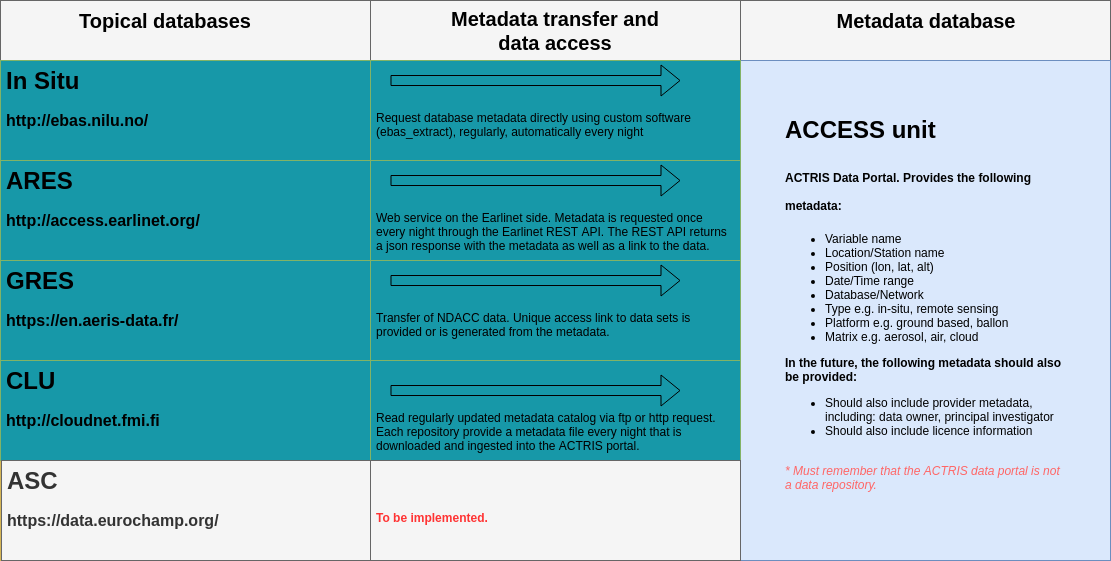
This is DMP/img/section4/overview_of_topical_databases.png from actris/data-management-plan, a draw.io export, as it was before one commit. Source tidied: cells renumbered, new cells last; positions are measured from the earlier drawing's top-left corner, leaving out a move shared by most shapes.
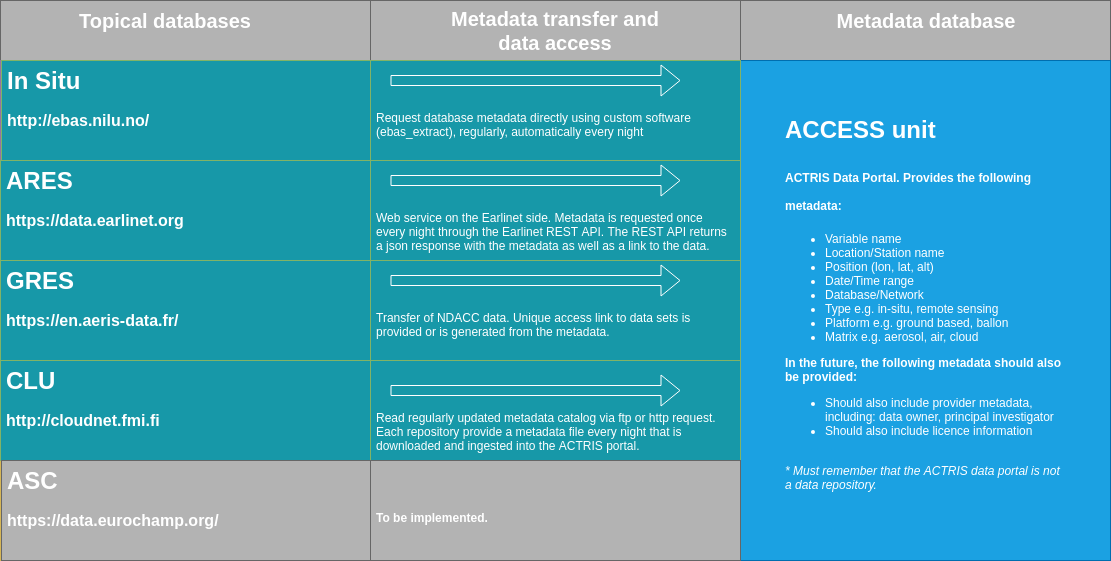
After the change.

Commit message:
UPDATE figure - overview of topical databases

Change to the diagram source:
```diff
@@ -2,109 +2,109 @@
   <root>
     <mxCell id="0" />
     <mxCell id="1" parent="0" />
-    <mxCell id="2" style="rounded=0;whiteSpace=wrap;html=1;fillColor=#f5f5f5;strokeColor=#666666;fontColor=#333333;fontFamily=Helvetica;" parent="1" vertex="1">
+    <mxCell id="2" style="rounded=0;whiteSpace=wrap;html=1;fillColor=#B3B3B3;strokeColor=#666666;fontColor=#FFFFFF;fontFamily=Helvetica;" parent="1" vertex="1">
       <mxGeometry width="370" height="560" as="geometry" />
     </mxCell>
-    <mxCell id="3" style="rounded=0;whiteSpace=wrap;html=1;fillColor=#f5f5f5;strokeColor=#666666;fontColor=#333333;fontFamily=Helvetica;" parent="1" vertex="1">
+    <mxCell id="3" style="rounded=0;whiteSpace=wrap;html=1;fillColor=#B3B3B3;strokeColor=#666666;fontColor=#FFFFFF;fontFamily=Helvetica;" parent="1" vertex="1">
       <mxGeometry x="370" width="370" height="560" as="geometry" />
     </mxCell>
-    <mxCell id="4" style="rounded=0;whiteSpace=wrap;html=1;fillColor=#f5f5f5;strokeColor=#666666;fontColor=#333333;fontFamily=Helvetica;" parent="1" vertex="1">
+    <mxCell id="4" style="rounded=0;whiteSpace=wrap;html=1;fillColor=#B3B3B3;strokeColor=#666666;fontColor=#FFFFFF;fontFamily=Helvetica;" parent="1" vertex="1">
       <mxGeometry x="740" width="370" height="560" as="geometry" />
     </mxCell>
-    <mxCell id="5" value="&lt;font style=&quot;font-size: 20px&quot;&gt;Topical databases&lt;/font&gt;" style="text;html=1;strokeColor=none;fillColor=none;align=center;verticalAlign=middle;whiteSpace=wrap;rounded=0;strokeWidth=1;fontStyle=1;fontFamily=Helvetica;" parent="1" vertex="1">
+    <mxCell id="5" value="&lt;font style=&quot;font-size: 20px&quot;&gt;Topical databases&lt;/font&gt;" style="text;html=1;strokeColor=none;fillColor=none;align=center;verticalAlign=middle;whiteSpace=wrap;rounded=0;strokeWidth=1;fontStyle=1;fontFamily=Helvetica;fontColor=#FFFFFF;" parent="1" vertex="1">
       <mxGeometry x="50" y="10" width="230" height="20" as="geometry" />
     </mxCell>
-    <mxCell id="6" value="&lt;font style=&quot;font-size: 20px&quot;&gt;Metadata transfer and data access&lt;/font&gt;" style="text;html=1;strokeColor=none;fillColor=none;align=center;verticalAlign=middle;whiteSpace=wrap;rounded=0;fontStyle=1;fontFamily=Helvetica;" parent="1" vertex="1">
+    <mxCell id="6" value="&lt;font style=&quot;font-size: 20px&quot;&gt;Metadata transfer and data access&lt;/font&gt;" style="text;html=1;strokeColor=none;fillColor=none;align=center;verticalAlign=middle;whiteSpace=wrap;rounded=0;fontStyle=1;fontFamily=Helvetica;fontColor=#FFFFFF;" parent="1" vertex="1">
       <mxGeometry x="440" y="20" width="230" height="20" as="geometry" />
     </mxCell>
-    <mxCell id="7" value="&lt;font style=&quot;font-size: 20px&quot;&gt;Metadata database&lt;/font&gt;" style="text;html=1;strokeColor=none;fillColor=none;align=center;verticalAlign=middle;whiteSpace=wrap;rounded=0;fontStyle=1;fontFamily=Helvetica;" parent="1" vertex="1">
+    <mxCell id="7" value="&lt;font style=&quot;font-size: 20px&quot;&gt;Metadata database&lt;/font&gt;" style="text;html=1;strokeColor=none;fillColor=none;align=center;verticalAlign=middle;whiteSpace=wrap;rounded=0;fontStyle=1;fontFamily=Helvetica;fontColor=#FFFFFF;" parent="1" vertex="1">
       <mxGeometry x="810" y="10" width="230" height="20" as="geometry" />
     </mxCell>
-    <mxCell id="8" style="rounded=0;whiteSpace=wrap;html=1;strokeWidth=1;fillColor=#e1d5e7;strokeColor=#9673a6;fontFamily=Helvetica;" parent="1" vertex="1">
+    <mxCell id="8" style="rounded=0;whiteSpace=wrap;html=1;strokeWidth=1;fillColor=#e1d5e7;strokeColor=#9673a6;fontFamily=Helvetica;fontColor=#FFFFFF;" parent="1" vertex="1">
       <mxGeometry y="60" width="370" height="100" as="geometry" />
     </mxCell>
-    <mxCell id="9" style="rounded=0;whiteSpace=wrap;html=1;strokeWidth=1;fillColor=#dae8fc;strokeColor=#6c8ebf;fontFamily=Helvetica;" parent="1" vertex="1">
+    <mxCell id="9" style="rounded=0;whiteSpace=wrap;html=1;strokeWidth=1;fillColor=#dae8fc;strokeColor=#6c8ebf;fontFamily=Helvetica;fontColor=#FFFFFF;" parent="1" vertex="1">
       <mxGeometry y="160" width="370" height="100" as="geometry" />
     </mxCell>
-    <mxCell id="10" style="rounded=0;whiteSpace=wrap;html=1;strokeWidth=1;fillColor=#d5e8d4;strokeColor=#82b366;fontFamily=Helvetica;" parent="1" vertex="1">
+    <mxCell id="10" style="rounded=0;whiteSpace=wrap;html=1;strokeWidth=1;fillColor=#d5e8d4;strokeColor=#82b366;fontFamily=Helvetica;fontColor=#FFFFFF;" parent="1" vertex="1">
       <mxGeometry y="260" width="370" height="100" as="geometry" />
     </mxCell>
-    <mxCell id="11" style="rounded=0;whiteSpace=wrap;html=1;strokeWidth=1;fillColor=#fff2cc;strokeColor=#d6b656;fontFamily=Helvetica;" parent="1" vertex="1">
+    <mxCell id="11" style="rounded=0;whiteSpace=wrap;html=1;strokeWidth=1;fillColor=#fff2cc;strokeColor=#d6b656;fontFamily=Helvetica;fontColor=#FFFFFF;" parent="1" vertex="1">
       <mxGeometry y="460" width="370" height="100" as="geometry" />
     </mxCell>
-    <mxCell id="12" style="rounded=0;whiteSpace=wrap;html=1;strokeWidth=1;fillColor=#ffe6cc;strokeColor=#d79b00;fontFamily=Helvetica;" parent="1" vertex="1">
+    <mxCell id="12" style="rounded=0;whiteSpace=wrap;html=1;strokeWidth=1;fillColor=#ffe6cc;strokeColor=#d79b00;fontFamily=Helvetica;fontColor=#FFFFFF;" parent="1" vertex="1">
       <mxGeometry y="360" width="370" height="100" as="geometry" />
     </mxCell>
-    <mxCell id="13" style="rounded=0;whiteSpace=wrap;html=1;strokeWidth=1;fillColor=#e1d5e7;strokeColor=#9673a6;fontFamily=Helvetica;" parent="1" vertex="1">
+    <mxCell id="13" style="rounded=0;whiteSpace=wrap;html=1;strokeWidth=1;fillColor=#e1d5e7;strokeColor=#9673a6;fontFamily=Helvetica;fontColor=#FFFFFF;" parent="1" vertex="1">
       <mxGeometry x="370" y="60" width="370" height="100" as="geometry" />
     </mxCell>
-    <mxCell id="14" style="rounded=0;whiteSpace=wrap;html=1;strokeWidth=1;fillColor=#dae8fc;strokeColor=#6c8ebf;fontFamily=Helvetica;" parent="1" vertex="1">
+    <mxCell id="14" style="rounded=0;whiteSpace=wrap;html=1;strokeWidth=1;fillColor=#1ba1e2;strokeColor=#006EAF;fontFamily=Helvetica;fontColor=#ffffff;" parent="1" vertex="1">
       <mxGeometry x="740" y="60" width="370" height="500" as="geometry" />
     </mxCell>
-    <mxCell id="15" style="rounded=0;whiteSpace=wrap;html=1;strokeWidth=1;fillColor=#dae8fc;strokeColor=#6c8ebf;fontFamily=Helvetica;" parent="1" vertex="1">
+    <mxCell id="15" style="rounded=0;whiteSpace=wrap;html=1;strokeWidth=1;fillColor=#dae8fc;strokeColor=#6c8ebf;fontFamily=Helvetica;fontColor=#FFFFFF;" parent="1" vertex="1">
       <mxGeometry x="370" y="160" width="370" height="100" as="geometry" />
     </mxCell>
-    <mxCell id="16" style="rounded=0;whiteSpace=wrap;html=1;strokeWidth=1;fillColor=#d5e8d4;strokeColor=#82b366;fontFamily=Helvetica;" parent="1" vertex="1">
+    <mxCell id="16" style="rounded=0;whiteSpace=wrap;html=1;strokeWidth=1;fillColor=#d5e8d4;strokeColor=#82b366;fontFamily=Helvetica;fontColor=#FFFFFF;" parent="1" vertex="1">
       <mxGeometry x="370" y="260" width="370" height="100" as="geometry" />
     </mxCell>
-    <mxCell id="17" style="rounded=0;whiteSpace=wrap;html=1;strokeWidth=1;fillColor=#ffe6cc;strokeColor=#d79b00;fontFamily=Helvetica;" parent="1" vertex="1">
+    <mxCell id="17" style="rounded=0;whiteSpace=wrap;html=1;strokeWidth=1;fillColor=#ffe6cc;strokeColor=#d79b00;fontFamily=Helvetica;fontColor=#FFFFFF;" parent="1" vertex="1">
       <mxGeometry x="370" y="360" width="370" height="100" as="geometry" />
     </mxCell>
-    <mxCell id="18" style="rounded=0;whiteSpace=wrap;html=1;strokeWidth=1;fillColor=#fff2cc;strokeColor=#d6b656;fontFamily=Helvetica;" parent="1" vertex="1">
+    <mxCell id="18" style="rounded=0;whiteSpace=wrap;html=1;strokeWidth=1;fillColor=#fff2cc;strokeColor=#d6b656;fontFamily=Helvetica;fontColor=#FFFFFF;" parent="1" vertex="1">
       <mxGeometry x="370" y="460" width="370" height="100" as="geometry" />
     </mxCell>
-    <mxCell id="19" value="&lt;h1&gt;&lt;b&gt;ACCESS unit&lt;/b&gt;&lt;/h1&gt;&lt;h1&gt;&lt;b style=&quot;font-size: 12px&quot;&gt;ACTRIS Data Portal. Provides the following metadata&lt;/b&gt;&lt;b style=&quot;font-size: 12px&quot;&gt;:&lt;/b&gt;&lt;/h1&gt;&lt;p&gt;&lt;/p&gt;&lt;ul&gt;&lt;li&gt;Variable name&lt;/li&gt;&lt;li&gt;Location/Station name&lt;/li&gt;&lt;li&gt;Position (lon, lat, alt)&lt;/li&gt;&lt;li&gt;Date/Time range&lt;/li&gt;&lt;li&gt;Database/Network&lt;/li&gt;&lt;li&gt;Type e.g. in-situ, remote sensing&lt;/li&gt;&lt;li&gt;Platform e.g. ground based, ballon&lt;/li&gt;&lt;li&gt;Matrix e.g. aerosol, air, cloud&lt;/li&gt;&lt;/ul&gt;&lt;div&gt;&lt;b&gt;In the future, the following metadata should also be provided:&lt;/b&gt;&lt;/div&gt;&lt;ul&gt;&lt;li&gt;Should also include provider metadata, including: data owner, principal investigator&lt;br&gt;&lt;/li&gt;&lt;li&gt;Should also include licence information&lt;/li&gt;&lt;/ul&gt;&lt;div&gt;&lt;font color=&quot;#ff6666&quot;&gt;&lt;br&gt;&lt;/font&gt;&lt;/div&gt;&lt;div&gt;&lt;font color=&quot;#ff6666&quot;&gt;&lt;i&gt;* Must remember that the ACTRIS data portal is not a data repository.&lt;/i&gt;&lt;/font&gt;&lt;/div&gt;&lt;p&gt;&lt;/p&gt;" style="text;html=1;strokeColor=none;fillColor=none;spacing=5;spacingTop=-20;whiteSpace=wrap;overflow=hidden;rounded=0;fontFamily=Helvetica;" parent="1" vertex="1">
+    <mxCell id="19" value="&lt;h1&gt;&lt;b&gt;ACCESS unit&lt;/b&gt;&lt;/h1&gt;&lt;h1&gt;&lt;b style=&quot;font-size: 12px&quot;&gt;ACTRIS Data Portal. Provides the following metadata&lt;/b&gt;&lt;b style=&quot;font-size: 12px&quot;&gt;:&lt;/b&gt;&lt;/h1&gt;&lt;p&gt;&lt;/p&gt;&lt;ul&gt;&lt;li&gt;Variable name&lt;/li&gt;&lt;li&gt;Location/Station name&lt;/li&gt;&lt;li&gt;Position (lon, lat, alt)&lt;/li&gt;&lt;li&gt;Date/Time range&lt;/li&gt;&lt;li&gt;Database/Network&lt;/li&gt;&lt;li&gt;Type e.g. in-situ, remote sensing&lt;/li&gt;&lt;li&gt;Platform e.g. ground based, ballon&lt;/li&gt;&lt;li&gt;Matrix e.g. aerosol, air, cloud&lt;/li&gt;&lt;/ul&gt;&lt;div&gt;&lt;b&gt;In the future, the following metadata should also be provided:&lt;/b&gt;&lt;/div&gt;&lt;ul&gt;&lt;li&gt;Should also include provider metadata, including: data owner, principal investigator&lt;br&gt;&lt;/li&gt;&lt;li&gt;Should also include licence information&lt;/li&gt;&lt;/ul&gt;&lt;div&gt;&lt;font&gt;&lt;br&gt;&lt;/font&gt;&lt;/div&gt;&lt;div&gt;&lt;font&gt;&lt;i&gt;* Must remember that the ACTRIS data portal is not a data repository.&lt;/i&gt;&lt;/font&gt;&lt;/div&gt;&lt;p&gt;&lt;/p&gt;" style="text;html=1;strokeColor=none;fillColor=none;spacing=5;spacingTop=-20;whiteSpace=wrap;overflow=hidden;rounded=0;fontFamily=Helvetica;fontColor=#FFFFFF;" parent="1" vertex="1">
       <mxGeometry x="780" y="110" width="290" height="390" as="geometry" />
     </mxCell>
-    <mxCell id="20" value="&lt;h1&gt;In Situ&lt;/h1&gt;&lt;p&gt;&lt;b&gt;&lt;font style=&quot;font-size: 16px&quot;&gt;http://ebas.nilu.no/&lt;/font&gt;&lt;/b&gt;&lt;/p&gt;" style="text;html=1;strokeColor=#82b366;fillColor=#1798a8;spacing=5;spacingTop=-20;whiteSpace=wrap;overflow=hidden;rounded=0;fontFamily=Helvetica;" parent="1" vertex="1">
-      <mxGeometry y="60" width="370" height="100" as="geometry" />
+    <mxCell id="20" value="&lt;h1&gt;In Situ&lt;/h1&gt;&lt;p&gt;&lt;b&gt;&lt;font style=&quot;font-size: 16px&quot;&gt;http://ebas.nilu.no/&lt;/font&gt;&lt;/b&gt;&lt;/p&gt;" style="text;html=1;strokeColor=#82b366;fillColor=#1798a8;spacing=5;spacingTop=-20;whiteSpace=wrap;overflow=hidden;rounded=0;fontFamily=Helvetica;fontColor=#FFFFFF;" parent="1" vertex="1">
+      <mxGeometry x="1" y="60" width="370" height="100" as="geometry" />
     </mxCell>
-    <mxCell id="21" value="&lt;h1&gt;&lt;br&gt;&lt;/h1&gt;&lt;p&gt;Request database metadata directly using custom software (ebas_extract), regularly, automatically every night&lt;/p&gt;" style="text;html=1;strokeColor=#82b366;fillColor=#1798a8;spacing=5;spacingTop=-20;whiteSpace=wrap;overflow=hidden;rounded=0;fontFamily=Helvetica;" parent="1" vertex="1">
+    <mxCell id="21" value="&lt;h1&gt;&lt;br&gt;&lt;/h1&gt;&lt;p&gt;Request database metadata directly using custom software (ebas_extract), regularly, automatically every night&lt;/p&gt;" style="text;html=1;strokeColor=#82b366;fillColor=#1798a8;spacing=5;spacingTop=-20;whiteSpace=wrap;overflow=hidden;rounded=0;fontFamily=Helvetica;fontColor=#FFFFFF;" parent="1" vertex="1">
       <mxGeometry x="370" y="60" width="370" height="100" as="geometry" />
     </mxCell>
-    <mxCell id="22" value="&lt;h1&gt;&lt;br&gt;&lt;/h1&gt;&lt;p&gt;Web service on the Earlinet side. Metadata is requested once every night through the Earlinet REST API. The REST API returns a json response with the metadata as well as a link to the data.&lt;/p&gt;" style="text;html=1;spacing=5;spacingTop=-20;whiteSpace=wrap;overflow=hidden;rounded=0;fillColor=#1798a8;strokeColor=#82b366;fontFamily=Helvetica;" parent="1" vertex="1">
+    <mxCell id="22" value="&lt;h1&gt;&lt;br&gt;&lt;/h1&gt;&lt;p&gt;Web service on the Earlinet side. Metadata is requested once every night through the Earlinet REST API. The REST API returns a json response with the metadata as well as a link to the data.&lt;/p&gt;" style="text;html=1;spacing=5;spacingTop=-20;whiteSpace=wrap;overflow=hidden;rounded=0;fillColor=#1798a8;strokeColor=#82b366;fontFamily=Helvetica;fontColor=#FFFFFF;" parent="1" vertex="1">
       <mxGeometry x="370" y="160" width="370" height="100" as="geometry" />
     </mxCell>
-    <mxCell id="23" value="&lt;h1&gt;ARES&lt;/h1&gt;&lt;p&gt;&lt;b&gt;&lt;font style=&quot;font-size: 16px&quot;&gt;http://access.earlinet.org/&lt;/font&gt;&lt;/b&gt;&lt;/p&gt;" style="text;html=1;spacing=5;spacingTop=-20;whiteSpace=wrap;overflow=hidden;rounded=0;fillColor=#1798a8;strokeColor=#82b366;fontFamily=Helvetica;" parent="1" vertex="1">
+    <mxCell id="23" value="&lt;h1&gt;ARES&lt;/h1&gt;&lt;p&gt;&lt;/p&gt;&lt;span style=&quot;font-size: 16px&quot;&gt;&lt;b&gt;https://data.earlinet.org&lt;br&gt;&lt;/b&gt;&lt;/span&gt;" style="text;html=1;spacing=5;spacingTop=-20;whiteSpace=wrap;overflow=hidden;rounded=0;fillColor=#1798a8;strokeColor=#82b366;fontFamily=Helvetica;fontColor=#FFFFFF;" parent="1" vertex="1">
       <mxGeometry y="160" width="370" height="100" as="geometry" />
     </mxCell>
-    <mxCell id="24" value="&lt;h1&gt;GRES&lt;/h1&gt;&lt;p&gt;&lt;b&gt;&lt;font style=&quot;font-size: 16px&quot;&gt;https://en.aeris-data.fr/&lt;/font&gt;&lt;/b&gt;&lt;/p&gt;" style="text;html=1;strokeColor=#82b366;fillColor=#1798a8;spacing=5;spacingTop=-20;whiteSpace=wrap;overflow=hidden;rounded=0;fontFamily=Helvetica;" parent="1" vertex="1">
+    <mxCell id="24" value="&lt;h1&gt;GRES&lt;/h1&gt;&lt;p&gt;&lt;b&gt;&lt;font style=&quot;font-size: 16px&quot;&gt;https://en.aeris-data.fr/&lt;/font&gt;&lt;/b&gt;&lt;/p&gt;" style="text;html=1;strokeColor=#82b366;fillColor=#1798a8;spacing=5;spacingTop=-20;whiteSpace=wrap;overflow=hidden;rounded=0;fontFamily=Helvetica;fontColor=#FFFFFF;" parent="1" vertex="1">
       <mxGeometry y="260" width="370" height="100" as="geometry" />
     </mxCell>
-    <mxCell id="25" value="&lt;h1&gt;CLU&lt;/h1&gt;&lt;p&gt;&lt;b&gt;&lt;font style=&quot;font-size: 16px&quot;&gt;http://cloudnet.fmi.fi&lt;/font&gt;&lt;/b&gt;&lt;/p&gt;" style="text;html=1;strokeColor=#82b366;fillColor=#1798a8;spacing=5;spacingTop=-20;whiteSpace=wrap;overflow=hidden;rounded=0;fontFamily=Helvetica;" parent="1" vertex="1">
+    <mxCell id="25" value="&lt;h1&gt;CLU&lt;/h1&gt;&lt;p&gt;&lt;b&gt;&lt;font style=&quot;font-size: 16px&quot;&gt;http://cloudnet.fmi.fi&lt;/font&gt;&lt;/b&gt;&lt;/p&gt;" style="text;html=1;strokeColor=#82b366;fillColor=#1798a8;spacing=5;spacingTop=-20;whiteSpace=wrap;overflow=hidden;rounded=0;fontFamily=Helvetica;fontColor=#FFFFFF;" parent="1" vertex="1">
       <mxGeometry y="360" width="370" height="100" as="geometry" />
     </mxCell>
-    <mxCell id="26" value="&lt;h1&gt;ASC&lt;/h1&gt;&lt;p&gt;&lt;b&gt;&lt;font style=&quot;font-size: 16px&quot;&gt;https://data.eurochamp.org/&lt;/font&gt;&lt;/b&gt;&lt;/p&gt;" style="text;html=1;strokeColor=#666666;fillColor=#f5f5f5;spacing=5;spacingTop=-20;whiteSpace=wrap;overflow=hidden;rounded=0;fontColor=#333333;fontFamily=Helvetica;" parent="1" vertex="1">
+    <mxCell id="26" value="&lt;h1&gt;ASC&lt;/h1&gt;&lt;p&gt;&lt;b&gt;&lt;font style=&quot;font-size: 16px&quot;&gt;https://data.eurochamp.org/&lt;/font&gt;&lt;/b&gt;&lt;/p&gt;" style="text;html=1;strokeColor=#666666;fillColor=#B3B3B3;spacing=5;spacingTop=-20;whiteSpace=wrap;overflow=hidden;rounded=0;fontColor=#FFFFFF;fontFamily=Helvetica;" parent="1" vertex="1">
       <mxGeometry x="1" y="460" width="370" height="100" as="geometry" />
     </mxCell>
-    <mxCell id="27" value="&lt;h1&gt;&lt;br&gt;&lt;/h1&gt;&lt;p&gt;Transfer of NDACC data. Unique access link to data sets is provided or is generated from the metadata.&lt;/p&gt;" style="text;html=1;strokeColor=#82b366;fillColor=#1798a8;spacing=5;spacingTop=-20;whiteSpace=wrap;overflow=hidden;rounded=0;fontFamily=Helvetica;" parent="1" vertex="1">
+    <mxCell id="27" value="&lt;h1&gt;&lt;br&gt;&lt;/h1&gt;&lt;p&gt;Transfer of NDACC data. Unique access link to data sets is provided or is generated from the metadata.&lt;/p&gt;" style="text;html=1;strokeColor=#82b366;fillColor=#1798a8;spacing=5;spacingTop=-20;whiteSpace=wrap;overflow=hidden;rounded=0;fontFamily=Helvetica;fontColor=#FFFFFF;" parent="1" vertex="1">
       <mxGeometry x="370" y="260" width="370" height="100" as="geometry" />
     </mxCell>
-    <mxCell id="28" value="&lt;h1&gt;&lt;br&gt;&lt;/h1&gt;&lt;p&gt;Read regularly updated metadata catalog via ftp or http request. Each repository provide a metadata file every night that is downloaded and ingested into the ACTRIS portal.&lt;/p&gt;" style="text;html=1;strokeColor=#82b366;fillColor=#1798a8;spacing=5;spacingTop=-20;whiteSpace=wrap;overflow=hidden;rounded=0;fontFamily=Helvetica;" parent="1" vertex="1">
+    <mxCell id="28" value="&lt;h1&gt;&lt;br&gt;&lt;/h1&gt;&lt;p&gt;Read regularly updated metadata catalog via ftp or http request. Each repository provide a metadata file every night that is downloaded and ingested into the ACTRIS portal.&lt;/p&gt;" style="text;html=1;strokeColor=#82b366;fillColor=#1798a8;spacing=5;spacingTop=-20;whiteSpace=wrap;overflow=hidden;rounded=0;fontFamily=Helvetica;fontColor=#FFFFFF;" parent="1" vertex="1">
       <mxGeometry x="370" y="360" width="370" height="100" as="geometry" />
     </mxCell>
-    <mxCell id="29" value="&lt;h1&gt;&lt;br&gt;&lt;/h1&gt;&lt;p&gt;&lt;b&gt;&lt;font color=&quot;#ff3333&quot;&gt;To be implemented.&lt;/font&gt;&lt;/b&gt;&lt;/p&gt;" style="text;html=1;strokeColor=#666666;fillColor=#f5f5f5;spacing=5;spacingTop=-20;whiteSpace=wrap;overflow=hidden;rounded=0;fontColor=#333333;fontFamily=Helvetica;" parent="1" vertex="1">
+    <mxCell id="29" value="&lt;h1&gt;&lt;br&gt;&lt;/h1&gt;&lt;p&gt;&lt;b&gt;&lt;font&gt;To be implemented.&lt;/font&gt;&lt;/b&gt;&lt;/p&gt;" style="text;html=1;strokeColor=#666666;fillColor=#B3B3B3;spacing=5;spacingTop=-20;whiteSpace=wrap;overflow=hidden;rounded=0;fontColor=#FFFFFF;fontFamily=Helvetica;gradientColor=none;" parent="1" vertex="1">
       <mxGeometry x="370" y="460" width="370" height="100" as="geometry" />
     </mxCell>
-    <mxCell id="30" style="shape=flexArrow;endArrow=classic;html=1;fillColor=none;fontFamily=Helvetica;" parent="1" edge="1">
+    <mxCell id="30" style="shape=flexArrow;endArrow=classic;html=1;fillColor=none;fontFamily=Helvetica;fontColor=#FFFFFF;strokeColor=#FFFFFF;" parent="1" edge="1">
       <mxGeometry relative="1" as="geometry">
         <mxPoint x="390" y="80" as="sourcePoint" />
         <mxPoint x="680" y="80" as="targetPoint" />
       </mxGeometry>
     </mxCell>
-    <mxCell id="31" style="shape=flexArrow;endArrow=classic;html=1;fillColor=none;fontFamily=Helvetica;" parent="1" edge="1">
+    <mxCell id="31" style="shape=flexArrow;endArrow=classic;html=1;fillColor=none;fontFamily=Helvetica;fontColor=#FFFFFF;strokeColor=#FFFFFF;" parent="1" edge="1">
       <mxGeometry relative="1" as="geometry">
         <mxPoint x="390" y="180" as="sourcePoint" />
         <mxPoint x="680" y="180" as="targetPoint" />
       </mxGeometry>
     </mxCell>
-    <mxCell id="32" style="shape=flexArrow;endArrow=classic;html=1;fillColor=none;fontFamily=Helvetica;" parent="1" edge="1">
+    <mxCell id="32" style="shape=flexArrow;endArrow=classic;html=1;fillColor=none;fontFamily=Helvetica;fontColor=#FFFFFF;strokeColor=#FFFFFF;" parent="1" edge="1">
       <mxGeometry relative="1" as="geometry">
         <mxPoint x="390" y="280" as="sourcePoint" />
         <mxPoint x="680" y="280" as="targetPoint" />
       </mxGeometry>
     </mxCell>
-    <mxCell id="33" style="shape=flexArrow;endArrow=classic;html=1;fillColor=none;fontFamily=Helvetica;" parent="1" edge="1">
+    <mxCell id="33" style="shape=flexArrow;endArrow=classic;html=1;fillColor=none;fontFamily=Helvetica;fontColor=#FFFFFF;strokeColor=#FFFFFF;" parent="1" edge="1">
       <mxGeometry relative="1" as="geometry">
         <mxPoint x="390" y="390" as="sourcePoint" />
         <mxPoint x="680" y="390" as="targetPoint" />
```
